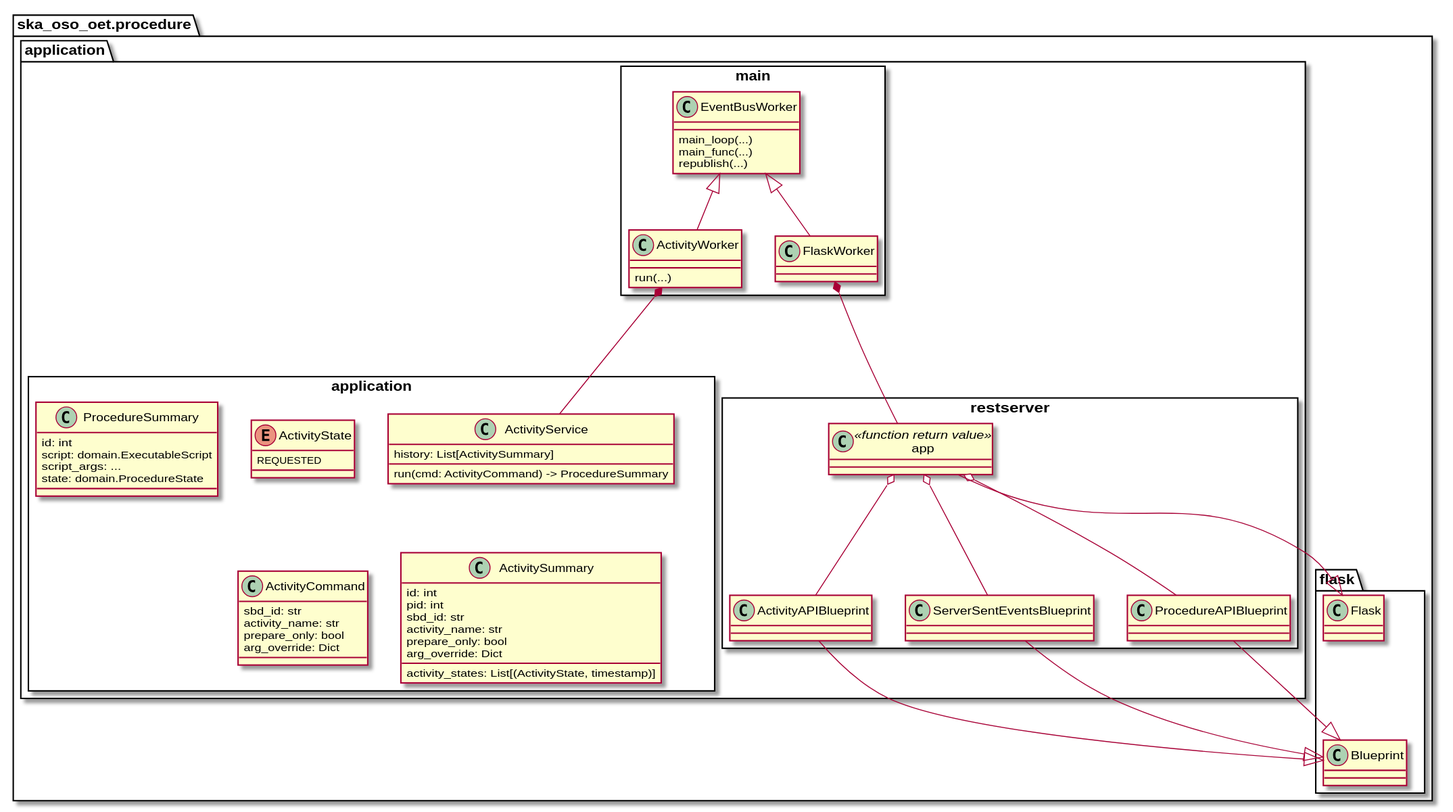
Above: docs/src/diagrams/export/backend_module_execution_primary_activity.svg in ska-telescope/observation-execution-tool (PlantUML), before the change.
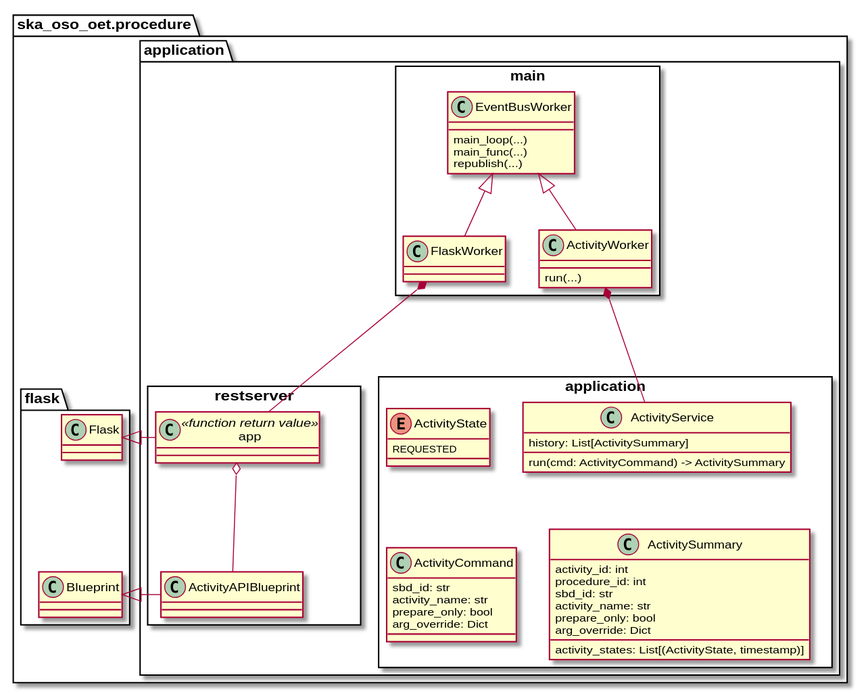
Later version of the same file.

Commit message:
BTN-1541 Return ActivitySummary and split SESBlueprint to a separate diagram

What changed in the source:
```diff
@@ -27,13 +27,9 @@
         class app <<function return value>> {
         }
 
-        class ProcedureAPIBlueprint
         class ActivityAPIBlueprint
-        class ServerSentEventsBlueprint
 
-        app o-- ProcedureAPIBlueprint
         app o-- ActivityAPIBlueprint
-        app o-- ServerSentEventsBlueprint
     }
 
     package application <<Rectangle>> {
@@ -41,12 +37,12 @@
         class ActivityService {
             history: List[ActivitySummary]
 
-            run(cmd: ActivityCommand) -> ProcedureSummary
+            run(cmd: ActivityCommand) -> ActivitySummary
         }
 
         class ActivitySummary {
-            id: int
-            pid: int
+            activity_id: int
+            procedure_id: int
             sbd_id: str
             activity_name: str
             prepare_only: bool
@@ -64,13 +60,6 @@
         enum ActivityState {
             REQUESTED
         }
-
-        class ProcedureSummary {
-            id: int
-            script: domain.ExecutableScript
-            script_args: ...
-            state: domain.ProcedureState
-        }
     }
 }
 
@@ -85,9 +74,7 @@
 }
 
 app -|> Flask
-ProcedureAPIBlueprint -|> Blueprint
 ActivityAPIBlueprint -|> Blueprint
-ServerSentEventsBlueprint --|> Blueprint
 
 main -down[hidden]--> application
 restserver -left[hidden]--> application
```
